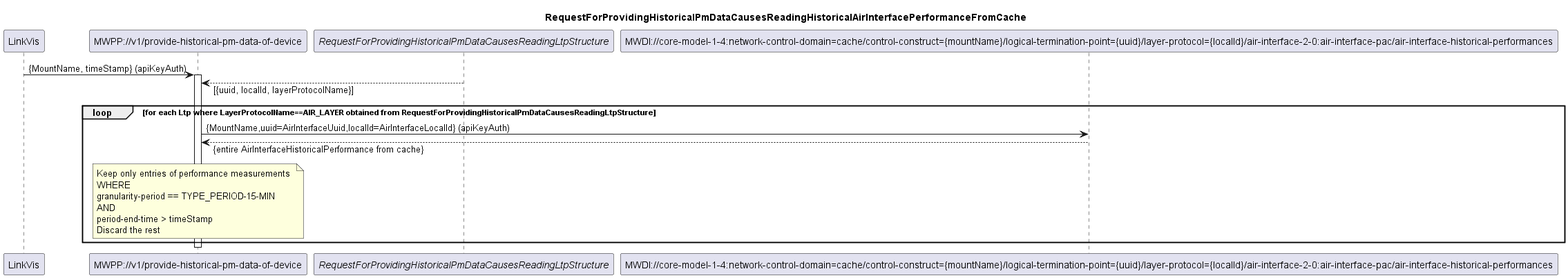
openBackhaul/MicroWavePerformanceProxy keeps this PlantUML diagram as spec/diagrams/005_ReadingHistoricalAirInterfacePerformanceFromCache.png. Above is the earlier version.
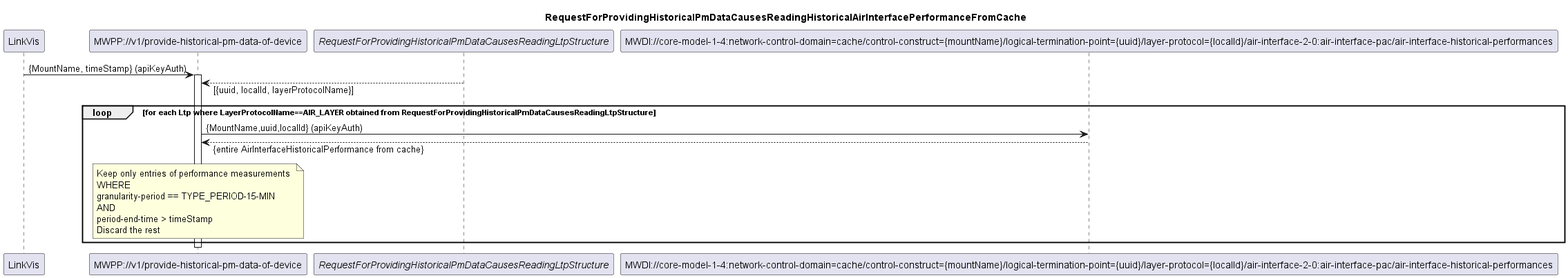
The same diagram one commit later.

Diff of the diagram source:
```diff
@@ -14,7 +14,7 @@
 activate MWPP
 LTPs --> MWPP: [{uuid, localId, layerProtocolName}]
 loop for each Ltp where LayerProtocolName==AIR_LAYER obtained from RequestForProvidingHistoricalPmDataCausesReadingLtpStructure
-    MWPP -> AirInterfacePm: {MountName,uuid=AirInterfaceUuid,localId=AirInterfaceLocalId} (apiKeyAuth)
+    MWPP -> AirInterfacePm: {MountName,uuid,localId} (apiKeyAuth)
     AirInterfacePm --> MWPP: {entire AirInterfaceHistoricalPerformance from cache}
     note over MWPP
     Keep only entries of performance measurements
```
